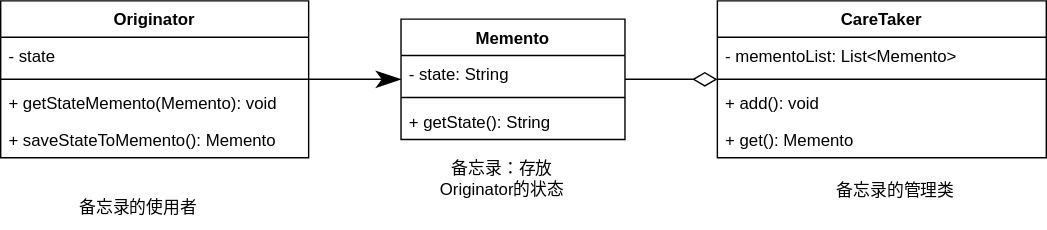
su-dd/CDN keeps this draw.io diagram as 博客/知识总结/设计模式/备忘录.drawio.svg. Above is the earlier version. Source tidied: cells renumbered, new cells last; positions are measured from the earlier drawing's top-left corner, leaving out a move shared by most shapes.
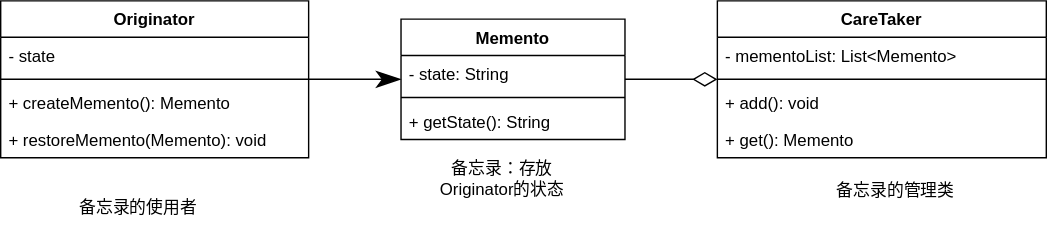
Later version of the same file.

The edit, as a diff of the source:
```diff
@@ -41,10 +41,10 @@
     <mxCell id="14" style="line;strokeWidth=1;fillColor=none;align=left;verticalAlign=middle;spacingTop=-1;spacingLeft=3;spacingRight=3;labelPosition=right;" parent="12" vertex="1">
       <mxGeometry y="52" width="220" height="8" as="geometry" />
     </mxCell>
-    <mxCell id="15" value="+ getStateMemento(Memento): void" style="text;strokeColor=none;fillColor=none;align=left;verticalAlign=top;spacingLeft=4;spacingRight=4;overflow=hidden;" parent="12" vertex="1">
+    <mxCell id="15" value="+ createMemento(): Memento" style="text;strokeColor=none;fillColor=none;align=left;verticalAlign=top;spacingLeft=4;spacingRight=4;overflow=hidden;" parent="12" vertex="1">
       <mxGeometry y="60" width="220" height="26" as="geometry" />
     </mxCell>
-    <mxCell id="16" value="+ saveStateToMemento(): Memento" style="text;strokeColor=none;fillColor=none;align=left;verticalAlign=top;spacingLeft=4;spacingRight=4;overflow=hidden;" parent="12" vertex="1">
+    <mxCell id="16" value="+ restoreMemento(Memento): void" style="text;strokeColor=none;fillColor=none;align=left;verticalAlign=top;spacingLeft=4;spacingRight=4;overflow=hidden;" parent="12" vertex="1">
       <mxGeometry y="86" width="220" height="26" as="geometry" />
     </mxCell>
     <mxCell id="17" style="edgeStyle=orthogonalEdgeStyle;rounded=0;jettySize=auto;html=1;endArrow=classicThin;endFill=1;endSize=15;" parent="1" edge="1" source="12" target="3">
```
